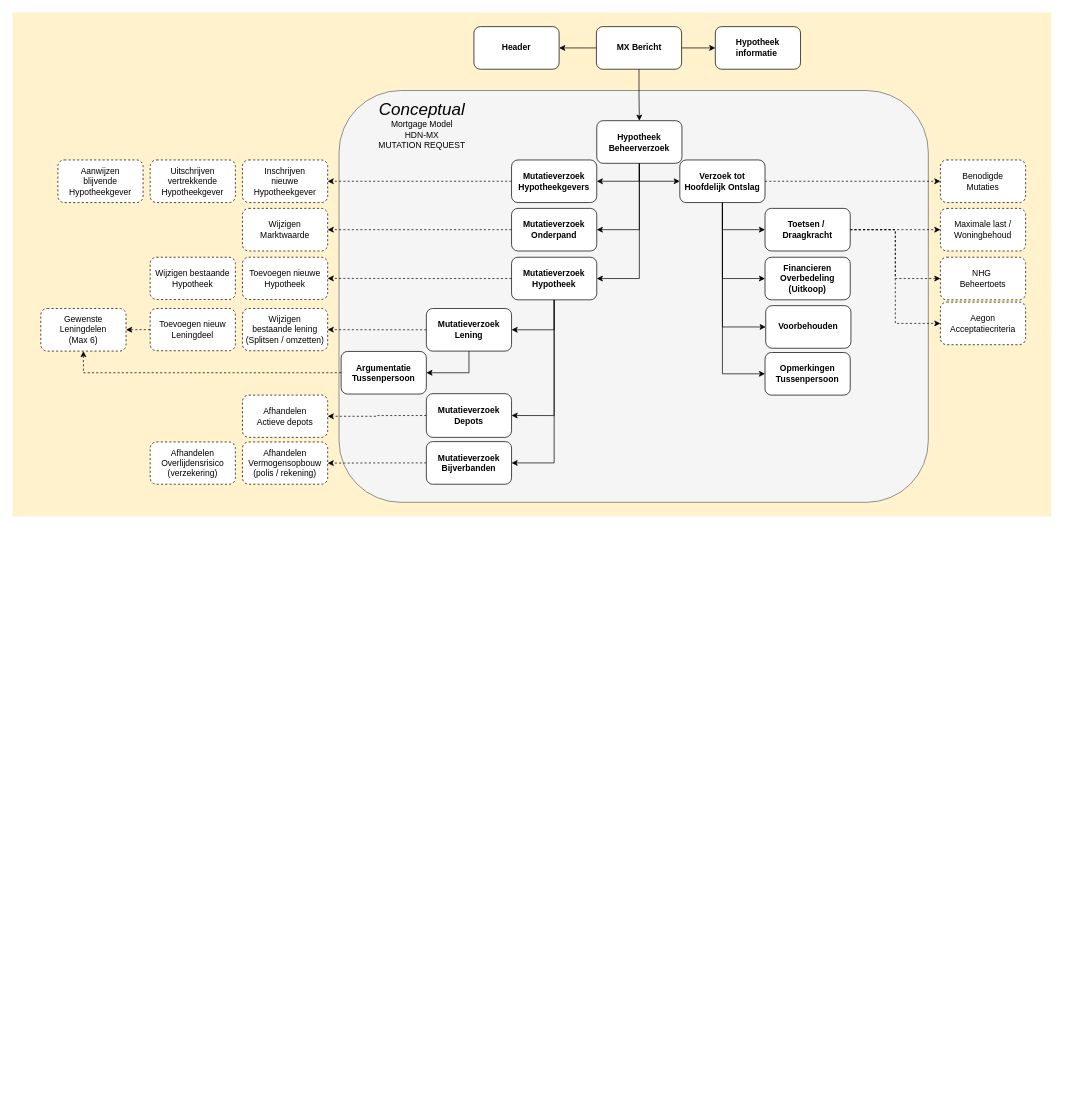
luchthandel/diagrams keeps this draw.io diagram as page "beheer-mutatie" (6 of 19) of 3rdPartyDatasharing-HDN-MX-SX.drawio. Above is the earlier version. Source tidied: cells renumbered, new cells numbered last; positions are measured from the earlier drawing's top-left corner, leaving out a move shared by most shapes. Both pictures are drawn from the tidied source at 71%, with x=0, y=0 at pixel (12, 12).
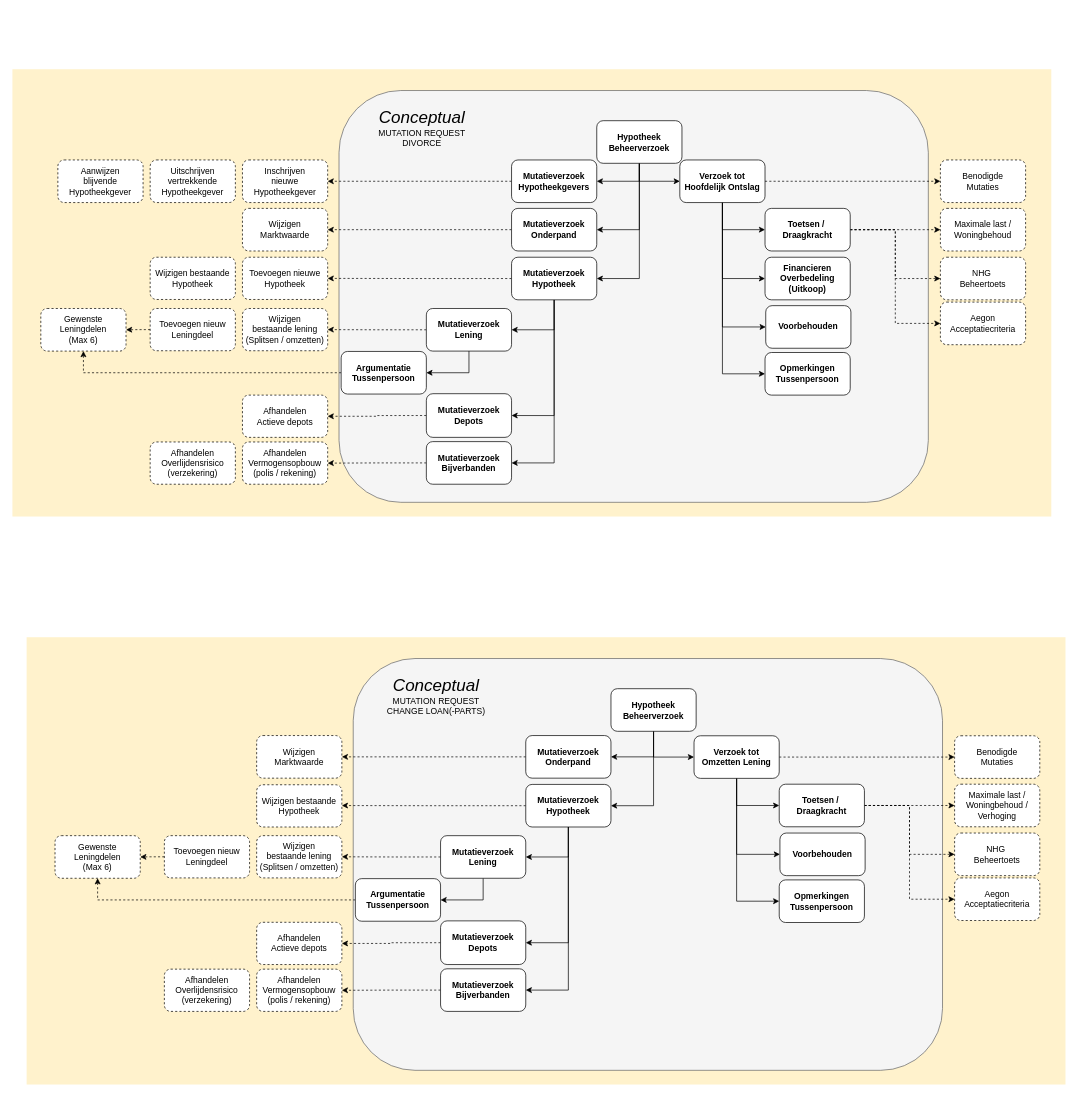
The same diagram, later.

Unchanged cells that the change refers to:
```xml
<mxCell id="23" value="&lt;span style=&quot;font-weight: 700&quot;&gt;Hypotheek&lt;/span&gt;&lt;br style=&quot;font-weight: 700&quot;&gt;&lt;span style=&quot;font-weight: 700&quot;&gt;Beheerverzoek&lt;/span&gt;" style="rounded=1;whiteSpace=wrap;html=1;" parent="1" vertex="1">
  <mxGeometry x="823" y="152.5" width="120" height="60" as="geometry" />
</mxCell>
```

Change to the diagram source:
```diff
@@
     <mxCell id="2" style="rounded=0;whiteSpace=wrap;html=1;fontSize=30;align=right;fillColor=#fff2cc;strokeColor=none;" parent="1" vertex="1">
-      <mxGeometry width="1463.2" height="710" as="geometry" />
+      <mxGeometry y="80" width="1463.2" height="630" as="geometry" />
     </mxCell>
@@
-    <mxCell id="4" value="&lt;font&gt;&lt;span style=&quot;font-size: 24px&quot;&gt;&lt;i&gt;Conceptual&lt;br&gt;&lt;/i&gt;&lt;/span&gt;Mortgage Model&lt;br&gt;HDN-MX&lt;br&gt;MUTATION REQUEST&lt;br&gt;&lt;/font&gt;" style="text;html=1;strokeColor=none;fillColor=none;align=center;verticalAlign=middle;whiteSpace=wrap;rounded=0;" parent="1" vertex="1">
-      <mxGeometry x="500" y="120" width="154" height="76" as="geometry" />
+    <mxCell id="4" value="&lt;font&gt;&lt;span style=&quot;font-size: 24px&quot;&gt;&lt;i&gt;Conceptual&lt;br&gt;&lt;/i&gt;&lt;/span&gt;MUTATION REQUEST&lt;br&gt;DIVORCE&lt;br&gt;&lt;/font&gt;" style="text;html=1;strokeColor=none;fillColor=none;align=center;verticalAlign=middle;whiteSpace=wrap;rounded=0;" parent="1" vertex="1">
+      <mxGeometry x="500" y="124" width="154" height="76" as="geometry" />
     </mxCell>
@@
-    <mxCell id="58" style="edgeStyle=orthogonalEdgeStyle;rounded=0;jettySize=auto;html=1;exitX=0;exitY=0.5;exitDx=0;exitDy=0;entryX=1;entryY=0.5;entryDx=0;entryDy=0;" parent="1" edge="1" source="61" target="63">
-      <mxGeometry relative="1" as="geometry" />
-    </mxCell>
-    <mxCell id="59" style="edgeStyle=orthogonalEdgeStyle;rounded=0;jettySize=auto;html=1;exitX=1;exitY=0.5;exitDx=0;exitDy=0;" parent="1" edge="1" source="61" target="62">
-      <mxGeometry relative="1" as="geometry" />
-    </mxCell>
-    <mxCell id="60" style="edgeStyle=orthogonalEdgeStyle;rounded=0;jettySize=auto;html=1;exitX=0.5;exitY=1;exitDx=0;exitDy=0;" parent="1" edge="1" source="61" target="23">
-      <mxGeometry relative="1" as="geometry" />
-    </mxCell>
-    <mxCell id="61" value="&lt;b&gt;MX Bericht&lt;/b&gt;" style="rounded=1;whiteSpace=wrap;html=1;" parent="1" vertex="1">
-      <mxGeometry x="822.5" y="20" width="120" height="60" as="geometry" />
-    </mxCell>
-    <mxCell id="62" value="&lt;b&gt;Hypotheek&lt;br&gt;informatie&amp;nbsp;&lt;/b&gt;&lt;b&gt;&lt;br&gt;&lt;/b&gt;" style="rounded=1;whiteSpace=wrap;html=1;" parent="1" vertex="1">
-      <mxGeometry x="990" y="20" width="120" height="60" as="geometry" />
-    </mxCell>
-    <mxCell id="63" value="&lt;b&gt;Header&lt;/b&gt;" style="rounded=1;whiteSpace=wrap;html=1;" parent="1" vertex="1">
-      <mxGeometry x="650" y="20" width="120" height="60" as="geometry" />
-    </mxCell>
+    <mxCell id="64" style="rounded=0;whiteSpace=wrap;html=1;fontSize=30;align=right;fillColor=#fff2cc;strokeColor=none;" parent="1" vertex="1">
+      <mxGeometry x="20" y="880" width="1463.2" height="630" as="geometry" />
+    </mxCell>
+    <mxCell id="65" value="&lt;span&gt;&lt;br&gt;&lt;/span&gt;" style="rounded=1;whiteSpace=wrap;html=1;fontStyle=1;fillColor=#f5f5f5;strokeColor=#666666;fontColor=#333333;" parent="1" vertex="1">
+      <mxGeometry x="480" y="910" width="830" height="580" as="geometry" />
+    </mxCell>
+    <mxCell id="66" value="&lt;font&gt;&lt;span style=&quot;font-size: 24px&quot;&gt;&lt;i&gt;Conceptual&lt;br&gt;&lt;/i&gt;&lt;/span&gt;MUTATION REQUEST&lt;br&gt;CHANGE LOAN(-PARTS)&lt;br&gt;&lt;/font&gt;" style="text;html=1;strokeColor=none;fillColor=none;align=center;verticalAlign=middle;whiteSpace=wrap;rounded=0;" parent="1" vertex="1">
+      <mxGeometry x="520" y="924" width="154" height="76" as="geometry" />
+    </mxCell>
+    <mxCell id="67" value="&lt;b&gt;Voorbehouden&lt;/b&gt;" style="rounded=1;whiteSpace=wrap;html=1;" parent="1" vertex="1">
+      <mxGeometry x="1081" y="1155.8" width="120" height="60" as="geometry" />
+    </mxCell>
+    <mxCell id="68" style="edgeStyle=orthogonalEdgeStyle;rounded=0;jettySize=auto;html=1;exitX=0;exitY=0.5;exitDx=0;exitDy=0;entryX=1;entryY=0.5;entryDx=0;entryDy=0;dashed=1;" parent="1" edge="1" source="69" target="99">
+      <mxGeometry relative="1" as="geometry" />
+    </mxCell>
+    <mxCell id="69" value="&lt;b&gt;Mutatieverzoek&lt;/b&gt;&lt;b&gt;&lt;br&gt;Onderpand&lt;/b&gt;&lt;b&gt;&lt;br&gt;&lt;/b&gt;" style="rounded=1;whiteSpace=wrap;html=1;" parent="1" vertex="1">
+      <mxGeometry x="723" y="1018.5" width="120" height="60" as="geometry" />
+    </mxCell>
+    <mxCell id="70" style="edgeStyle=orthogonalEdgeStyle;rounded=0;jettySize=auto;html=1;exitX=0.5;exitY=1;exitDx=0;exitDy=0;entryX=1;entryY=0.5;entryDx=0;entryDy=0;" parent="1" edge="1" source="74" target="77">
+      <mxGeometry relative="1" as="geometry" />
+    </mxCell>
+    <mxCell id="71" style="edgeStyle=orthogonalEdgeStyle;rounded=0;jettySize=auto;html=1;entryX=1;entryY=0.5;entryDx=0;entryDy=0;exitX=0.5;exitY=1;exitDx=0;exitDy=0;" parent="1" edge="1" source="74" target="84">
+      <mxGeometry relative="1" as="geometry" />
+    </mxCell>
+    <mxCell id="72" style="edgeStyle=orthogonalEdgeStyle;rounded=0;jettySize=auto;html=1;exitX=0.5;exitY=1;exitDx=0;exitDy=0;entryX=1;entryY=0.5;entryDx=0;entryDy=0;" parent="1" edge="1" source="74" target="86">
+      <mxGeometry relative="1" as="geometry" />
+    </mxCell>
+    <mxCell id="73" style="edgeStyle=orthogonalEdgeStyle;rounded=0;jettySize=auto;html=1;exitX=0;exitY=0.5;exitDx=0;exitDy=0;dashed=1;" parent="1" edge="1" source="74">
+      <mxGeometry relative="1" as="geometry">
+        <mxPoint x="464" y="1117.1" as="targetPoint" />
+      </mxGeometry>
+    </mxCell>
+    <mxCell id="74" value="&lt;b&gt;Mutatieverzoek&lt;/b&gt;&lt;b&gt;&lt;br&gt;Hypotheek&lt;/b&gt;&lt;b&gt;&lt;br&gt;&lt;/b&gt;" style="rounded=1;whiteSpace=wrap;html=1;" parent="1" vertex="1">
+      <mxGeometry x="723" y="1087.3" width="120" height="60" as="geometry" />
+    </mxCell>
+    <mxCell id="75" style="edgeStyle=orthogonalEdgeStyle;rounded=0;jettySize=auto;html=1;exitX=0.5;exitY=1;exitDx=0;exitDy=0;entryX=1;entryY=0.5;entryDx=0;entryDy=0;" parent="1" edge="1" source="77" target="92">
+      <mxGeometry relative="1" as="geometry" />
+    </mxCell>
+    <mxCell id="76" style="edgeStyle=orthogonalEdgeStyle;rounded=0;jettySize=auto;html=1;exitX=0;exitY=0.5;exitDx=0;exitDy=0;entryX=1;entryY=0.5;entryDx=0;entryDy=0;dashed=1;" parent="1" edge="1" source="77" target="101">
+      <mxGeometry relative="1" as="geometry" />
+    </mxCell>
+    <mxCell id="77" value="&lt;b&gt;Mutatieverzoek&lt;br&gt;Lening&lt;br&gt;&lt;/b&gt;" style="rounded=1;whiteSpace=wrap;html=1;" parent="1" vertex="1">
+      <mxGeometry x="603" y="1159.5" width="120" height="60" as="geometry" />
+    </mxCell>
+    <mxCell id="78" style="edgeStyle=orthogonalEdgeStyle;rounded=0;jettySize=auto;html=1;exitX=0.5;exitY=1;exitDx=0;exitDy=0;entryX=1;entryY=0.5;entryDx=0;entryDy=0;" parent="1" edge="1" source="82" target="69">
+      <mxGeometry relative="1" as="geometry" />
+    </mxCell>
+    <mxCell id="79" style="edgeStyle=orthogonalEdgeStyle;rounded=0;jettySize=auto;html=1;exitX=0.5;exitY=1;exitDx=0;exitDy=0;entryX=0;entryY=0.5;entryDx=0;entryDy=0;" parent="1" edge="1" source="82" target="90">
+      <mxGeometry relative="1" as="geometry" />
+    </mxCell>
+    <mxCell id="80" style="edgeStyle=orthogonalEdgeStyle;rounded=0;jettySize=auto;html=1;exitX=0.5;exitY=1;exitDx=0;exitDy=0;entryX=1;entryY=0.5;entryDx=0;entryDy=0;" parent="1" edge="1" source="82" target="74">
+      <mxGeometry relative="1" as="geometry" />
+    </mxCell>
+    <mxCell id="81" style="edgeStyle=orthogonalEdgeStyle;rounded=0;jettySize=auto;html=1;exitX=0.5;exitY=1;exitDx=0;exitDy=0;entryX=0;entryY=0.5;entryDx=0;entryDy=0;" parent="1" edge="1" source="90" target="97">
+      <mxGeometry relative="1" as="geometry" />
+    </mxCell>
+    <mxCell id="82" value="&lt;span style=&quot;font-weight: 700&quot;&gt;Hypotheek&lt;/span&gt;&lt;br style=&quot;font-weight: 700&quot;&gt;&lt;span style=&quot;font-weight: 700&quot;&gt;Beheerverzoek&lt;/span&gt;" style="rounded=1;whiteSpace=wrap;html=1;" parent="1" vertex="1">
+      <mxGeometry x="843" y="952.5" width="120" height="60" as="geometry" />
+    </mxCell>
+    <mxCell id="83" style="edgeStyle=orthogonalEdgeStyle;rounded=0;jettySize=auto;html=1;exitX=0;exitY=0.5;exitDx=0;exitDy=0;dashed=1;" parent="1" edge="1" source="84" target="104">
+      <mxGeometry relative="1" as="geometry" />
+    </mxCell>
+    <mxCell id="84" value="&lt;b&gt;Mutatieverzoek&lt;br&gt;&lt;/b&gt;&lt;b&gt;Depots&lt;/b&gt;&lt;b&gt;&lt;br&gt;&lt;/b&gt;" style="rounded=1;whiteSpace=wrap;html=1;" parent="1" vertex="1">
+      <mxGeometry x="603" y="1279.5" width="120" height="61.5" as="geometry" />
+    </mxCell>
+    <mxCell id="85" style="edgeStyle=orthogonalEdgeStyle;rounded=0;jettySize=auto;html=1;exitX=0;exitY=0.5;exitDx=0;exitDy=0;dashed=1;" parent="1" edge="1" source="86" target="105">
+      <mxGeometry relative="1" as="geometry" />
+    </mxCell>
+    <mxCell id="86" value="&lt;b&gt;Mutatieverzoek&lt;br&gt;Bijverbanden&lt;br&gt;&lt;/b&gt;" style="rounded=1;whiteSpace=wrap;html=1;" parent="1" vertex="1">
+      <mxGeometry x="603" y="1347" width="120" height="60" as="geometry" />
+    </mxCell>
+    <mxCell id="87" style="edgeStyle=orthogonalEdgeStyle;rounded=0;jettySize=auto;html=1;exitX=0.5;exitY=1;exitDx=0;exitDy=0;entryX=0;entryY=0.5;entryDx=0;entryDy=0;" parent="1" edge="1" source="90" target="96">
+      <mxGeometry relative="1" as="geometry" />
+    </mxCell>
+    <mxCell id="88" style="edgeStyle=orthogonalEdgeStyle;rounded=0;jettySize=auto;html=1;exitX=1;exitY=0.5;exitDx=0;exitDy=0;entryX=0;entryY=0.5;entryDx=0;entryDy=0;dashed=1;" parent="1" edge="1" source="90" target="98">
+      <mxGeometry relative="1" as="geometry" />
+    </mxCell>
+    <mxCell id="89" style="edgeStyle=orthogonalEdgeStyle;rounded=0;jettySize=auto;html=1;exitX=0.5;exitY=1;exitDx=0;exitDy=0;entryX=0;entryY=0.5;entryDx=0;entryDy=0;" parent="1" edge="1" source="90" target="67">
+      <mxGeometry relative="1" as="geometry" />
+    </mxCell>
+    <mxCell id="90" value="Verzoek tot&lt;br&gt;Omzetten Lening" style="rounded=1;whiteSpace=wrap;html=1;fontStyle=1;" parent="1" vertex="1">
+      <mxGeometry x="960" y="1018.8" width="120" height="60" as="geometry" />
+    </mxCell>
+    <mxCell id="91" style="edgeStyle=orthogonalEdgeStyle;rounded=0;jettySize=auto;html=1;exitX=0;exitY=0.5;exitDx=0;exitDy=0;dashed=1;" parent="1" edge="1" source="92" target="110">
+      <mxGeometry relative="1" as="geometry" />
+    </mxCell>
+    <mxCell id="92" value="&lt;span&gt;Argumentatie&lt;br&gt;Tussenpersoon&lt;br&gt;&lt;/span&gt;" style="rounded=1;whiteSpace=wrap;html=1;fontStyle=1;" parent="1" vertex="1">
+      <mxGeometry x="483" y="1220" width="120" height="60" as="geometry" />
+    </mxCell>
+    <mxCell id="93" style="edgeStyle=orthogonalEdgeStyle;rounded=0;jettySize=auto;html=1;exitX=1;exitY=0.5;exitDx=0;exitDy=0;entryX=0;entryY=0.5;entryDx=0;entryDy=0;dashed=1;" parent="1" edge="1" source="96" target="109">
+      <mxGeometry relative="1" as="geometry" />
+    </mxCell>
+    <mxCell id="94" style="edgeStyle=orthogonalEdgeStyle;rounded=0;jettySize=auto;html=1;exitX=1;exitY=0.5;exitDx=0;exitDy=0;entryX=0;entryY=0.5;entryDx=0;entryDy=0;dashed=1;" parent="1" edge="1" source="96" target="107">
+      <mxGeometry relative="1" as="geometry" />
+    </mxCell>
+    <mxCell id="95" style="edgeStyle=orthogonalEdgeStyle;rounded=0;jettySize=auto;html=1;exitX=1;exitY=0.5;exitDx=0;exitDy=0;entryX=0;entryY=0.5;entryDx=0;entryDy=0;dashed=1;" parent="1" edge="1" source="96" target="108">
+      <mxGeometry relative="1" as="geometry" />
+    </mxCell>
+    <mxCell id="96" value="Toetsen /&amp;nbsp;&lt;br&gt;Draagkracht" style="rounded=1;whiteSpace=wrap;html=1;fontStyle=1;" parent="1" vertex="1">
+      <mxGeometry x="1080" y="1087" width="120" height="60" as="geometry" />
+    </mxCell>
+    <mxCell id="97" value="&lt;span&gt;Opmerkingen&lt;br&gt;Tussenpersoon&lt;br&gt;&lt;/span&gt;" style="rounded=1;whiteSpace=wrap;html=1;fontStyle=1;" parent="1" vertex="1">
+      <mxGeometry x="1080" y="1221.8" width="120" height="60" as="geometry" />
+    </mxCell>
+    <mxCell id="98" value="&lt;span&gt;Benodigde&lt;br&gt;Mutaties&lt;br&gt;&lt;/span&gt;" style="rounded=1;whiteSpace=wrap;html=1;dashed=1;fontStyle=0;" parent="1" vertex="1">
+      <mxGeometry x="1327" y="1018.8" width="120" height="60" as="geometry" />
+    </mxCell>
+    <mxCell id="99" value="&lt;span&gt;Wijzigen&lt;br&gt;Marktwaarde&lt;br&gt;&lt;/span&gt;" style="rounded=1;whiteSpace=wrap;html=1;dashed=1;fontStyle=0;" parent="1" vertex="1">
+      <mxGeometry x="344" y="1018.5" width="120" height="60" as="geometry" />
+    </mxCell>
+    <mxCell id="100" value="&lt;span&gt;Wijzigen bestaande&lt;br&gt;Hypotheek&lt;br&gt;&lt;/span&gt;" style="rounded=1;whiteSpace=wrap;html=1;dashed=1;fontStyle=0;" parent="1" vertex="1">
+      <mxGeometry x="344" y="1087.8" width="120" height="59.5" as="geometry" />
+    </mxCell>
+    <mxCell id="101" value="&lt;span&gt;Wijzigen &lt;br&gt;bestaande lening&lt;br&gt;(Splitsen / omzetten)&lt;br&gt;&lt;/span&gt;" style="rounded=1;whiteSpace=wrap;html=1;dashed=1;fontStyle=0;" parent="1" vertex="1">
+      <mxGeometry x="344" y="1159.5" width="120" height="59.5" as="geometry" />
+    </mxCell>
+    <mxCell id="102" style="edgeStyle=orthogonalEdgeStyle;rounded=0;jettySize=auto;html=1;exitX=0;exitY=0.5;exitDx=0;exitDy=0;dashed=1;" parent="1" edge="1" source="103" target="110">
+      <mxGeometry relative="1" as="geometry" />
+    </mxCell>
+    <mxCell id="103" value="&lt;span&gt;Toevoegen nieuw&lt;br&gt;Leningdeel&lt;br&gt;&lt;/span&gt;" style="rounded=1;whiteSpace=wrap;html=1;dashed=1;fontStyle=0;" parent="1" vertex="1">
+      <mxGeometry x="214" y="1159.5" width="120" height="59.5" as="geometry" />
+    </mxCell>
+    <mxCell id="104" value="&lt;span&gt;Afhandelen&lt;br&gt;Actieve depots&lt;br&gt;&lt;/span&gt;" style="rounded=1;whiteSpace=wrap;html=1;dashed=1;fontStyle=0;" parent="1" vertex="1">
+      <mxGeometry x="344" y="1281.5" width="120" height="59.5" as="geometry" />
+    </mxCell>
+    <mxCell id="105" value="&lt;span&gt;Afhandelen&lt;br&gt;Vermogensopbouw&lt;br&gt;(polis / rekening)&lt;br&gt;&lt;/span&gt;" style="rounded=1;whiteSpace=wrap;html=1;dashed=1;fontStyle=0;" parent="1" vertex="1">
+      <mxGeometry x="344" y="1347.5" width="120" height="59.5" as="geometry" />
+    </mxCell>
+    <mxCell id="106" value="&lt;span&gt;Afhandelen&lt;br&gt;Overlijdensrisico&lt;br&gt;(verzekering)&lt;br&gt;&lt;/span&gt;" style="rounded=1;whiteSpace=wrap;html=1;dashed=1;fontStyle=0;" parent="1" vertex="1">
+      <mxGeometry x="214" y="1347.5" width="120" height="59.5" as="geometry" />
+    </mxCell>
+    <mxCell id="107" value="&lt;span&gt;NHG&amp;nbsp;&lt;br&gt;Beheertoets&lt;br&gt;&lt;/span&gt;" style="rounded=1;whiteSpace=wrap;html=1;dashed=1;fontStyle=0;" parent="1" vertex="1">
+      <mxGeometry x="1327" y="1155.8" width="120" height="60" as="geometry" />
+    </mxCell>
+    <mxCell id="108" value="&lt;span&gt;Aegon&lt;br&gt;Acceptatiecriteria&lt;br&gt;&lt;/span&gt;" style="rounded=1;whiteSpace=wrap;html=1;dashed=1;fontStyle=0;" parent="1" vertex="1">
+      <mxGeometry x="1327" y="1219" width="120" height="60" as="geometry" />
+    </mxCell>
+    <mxCell id="109" value="&lt;span&gt;Maximale last /&lt;br&gt;&lt;/span&gt;Woningbehoud /&lt;br&gt;&lt;span&gt;Verhoging&lt;br&gt;&lt;/span&gt;" style="rounded=1;whiteSpace=wrap;html=1;dashed=1;fontStyle=0;" parent="1" vertex="1">
+      <mxGeometry x="1327" y="1087" width="120" height="60" as="geometry" />
+    </mxCell>
+    <mxCell id="110" value="&lt;span&gt;Gewenste&lt;br&gt;Leningdelen&lt;br&gt;(Max 6)&lt;br&gt;&lt;/span&gt;" style="rounded=1;whiteSpace=wrap;html=1;fontStyle=0;dashed=1;" parent="1" vertex="1">
+      <mxGeometry x="60" y="1159.5" width="120" height="60" as="geometry" />
+    </mxCell>
```
